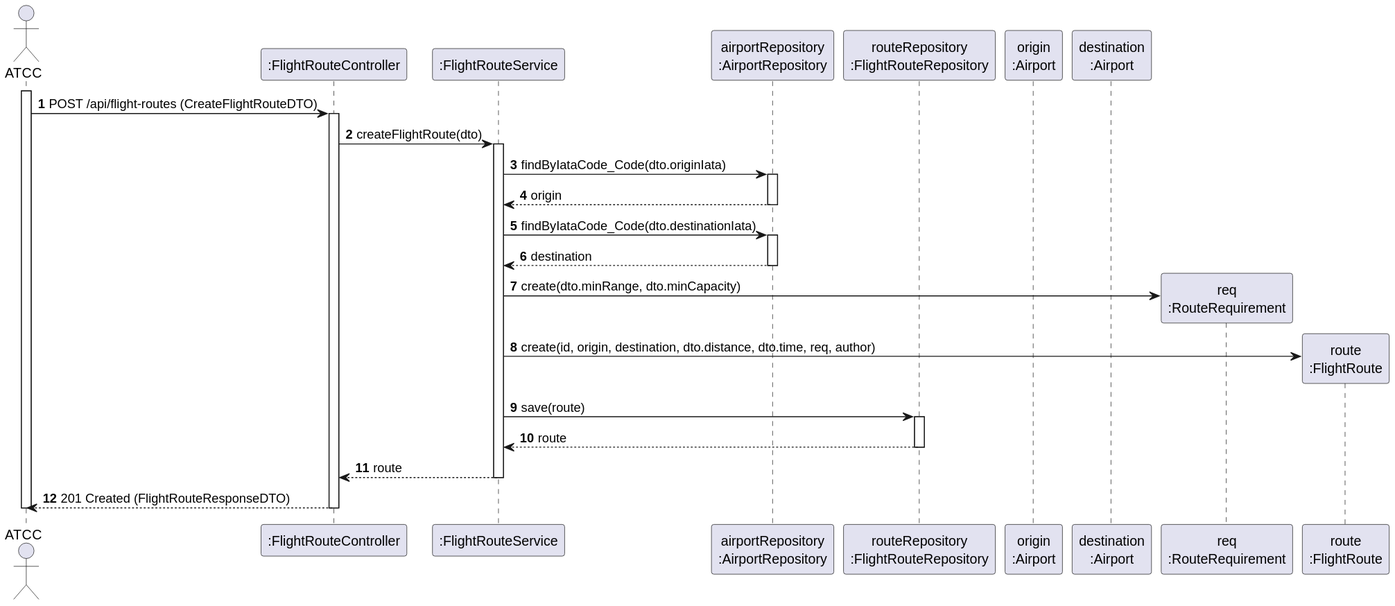
The PlantUML diagram docs/use-cases/WP#3A/US110/svg/US110-SD.svg in Andre-1240567/psoft2026_2DB_1240567_1241013_1240624, before a commit.
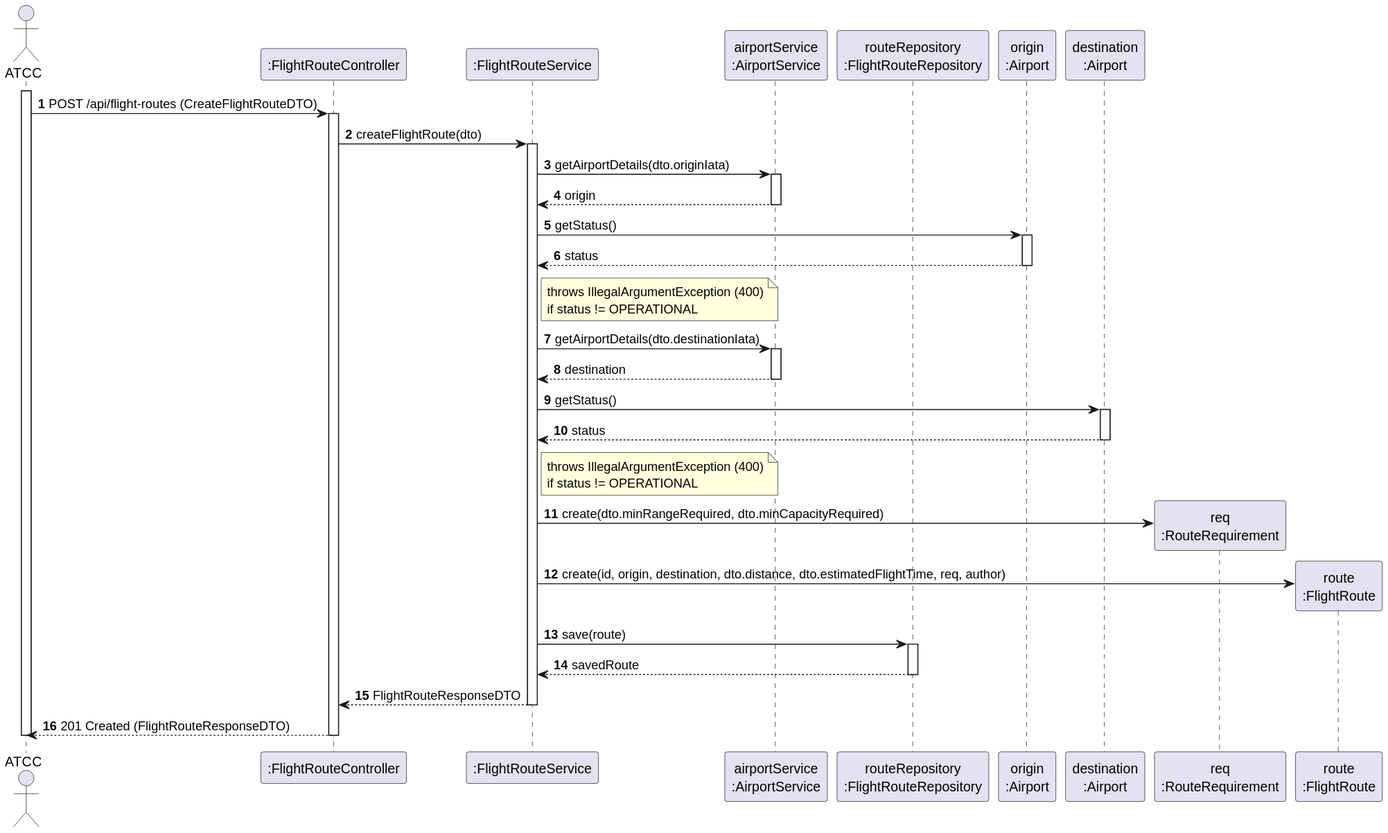
Above is the later version.

The edit, as a diff of the source:
```diff
@@ -3,7 +3,7 @@
 actor "ATCC" as ATCC
 participant ":FlightRouteController" as Ctrl
 participant ":FlightRouteService" as Service
-participant "airportRepository\n:AirportRepository" as RepoAir
+participant "airportService\n:AirportService" as AirportSvc
 participant "routeRepository\n:FlightRouteRepository" as RepoRoute
 participant "origin\n:Airport" as Origin
 participant "destination\n:Airport" as Dest
@@ -17,25 +17,37 @@
 Ctrl -> Service: createFlightRoute(dto)
 activate Service
 
-Service -> RepoAir: findByIataCode_Code(dto.originIata)
-activate RepoAir
-RepoAir --> Service: origin
-deactivate RepoAir
+Service -> AirportSvc: getAirportDetails(dto.originIata)
+activate AirportSvc
+AirportSvc --> Service: origin
+deactivate AirportSvc
 
-Service -> RepoAir: findByIataCode_Code(dto.destinationIata)
-activate RepoAir
-RepoAir --> Service: destination
-deactivate RepoAir
+Service -> Origin: getStatus()
+activate Origin
+Origin --> Service: status
+deactivate Origin
+note right of Service: throws IllegalArgumentException (400)\nif status != OPERATIONAL
 
-Service -> Req**: create(dto.minRange, dto.minCapacity)
-Service -> Route**: create(id, origin, destination, dto.distance, dto.time, req, author)
+Service -> AirportSvc: getAirportDetails(dto.destinationIata)
+activate AirportSvc
+AirportSvc --> Service: destination
+deactivate AirportSvc
+
+Service -> Dest: getStatus()
+activate Dest
+Dest --> Service: status
+deactivate Dest
+note right of Service: throws IllegalArgumentException (400)\nif status != OPERATIONAL
+
+Service -> Req**: create(dto.minRangeRequired, dto.minCapacityRequired)
+Service -> Route**: create(id, origin, destination, dto.distance, dto.estimatedFlightTime, req, author)
 
 Service -> RepoRoute: save(route)
 activate RepoRoute
-RepoRoute --> Service: route
+RepoRoute --> Service: savedRoute
 deactivate RepoRoute
 
-Service --> Ctrl: route
+Service --> Ctrl: FlightRouteResponseDTO
 deactivate Service
 
 Ctrl --> ATCC: 201 Created (FlightRouteResponseDTO)
```
